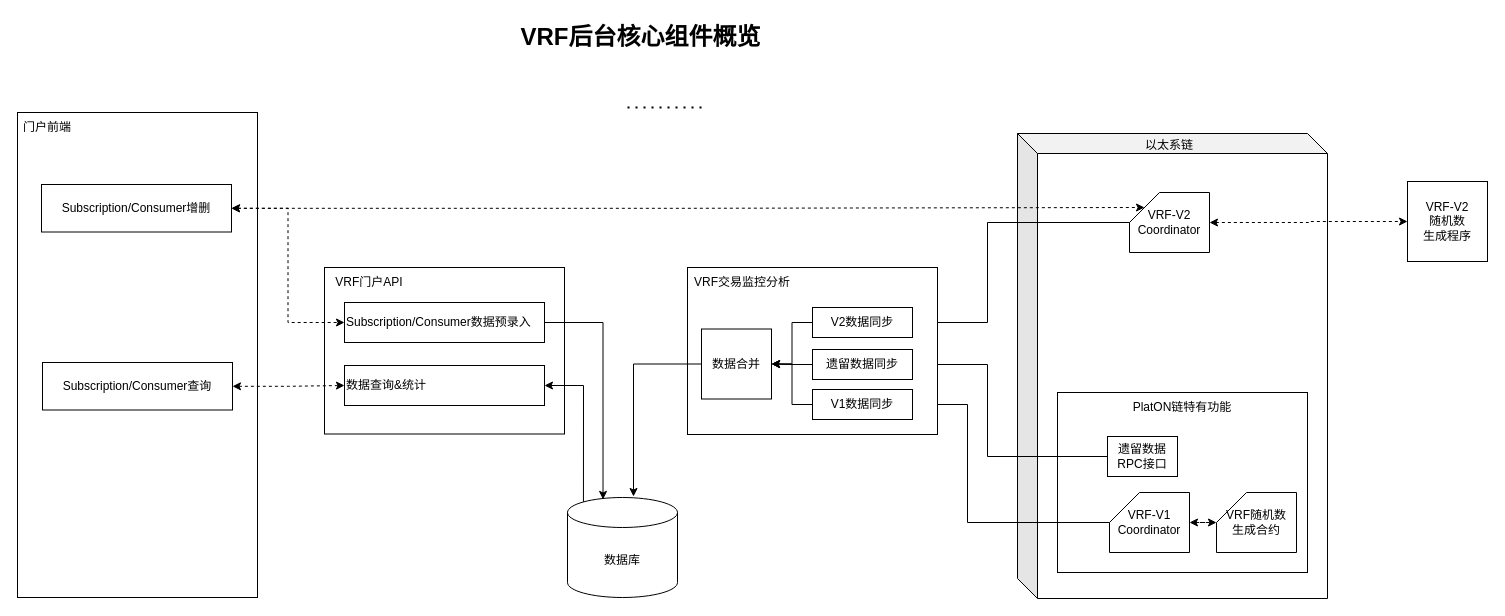
The draw.io diagram VRF-architecture.drawio in trevorch/drawio, before the edit. Source tidied: cells renumbered, new cells numbered last; positions are measured from the earlier drawing's top-left corner, leaving out a move shared by most shapes. Both pictures are drawn from the tidied source at 100%, with x=0, y=0 at pixel (17, 17).
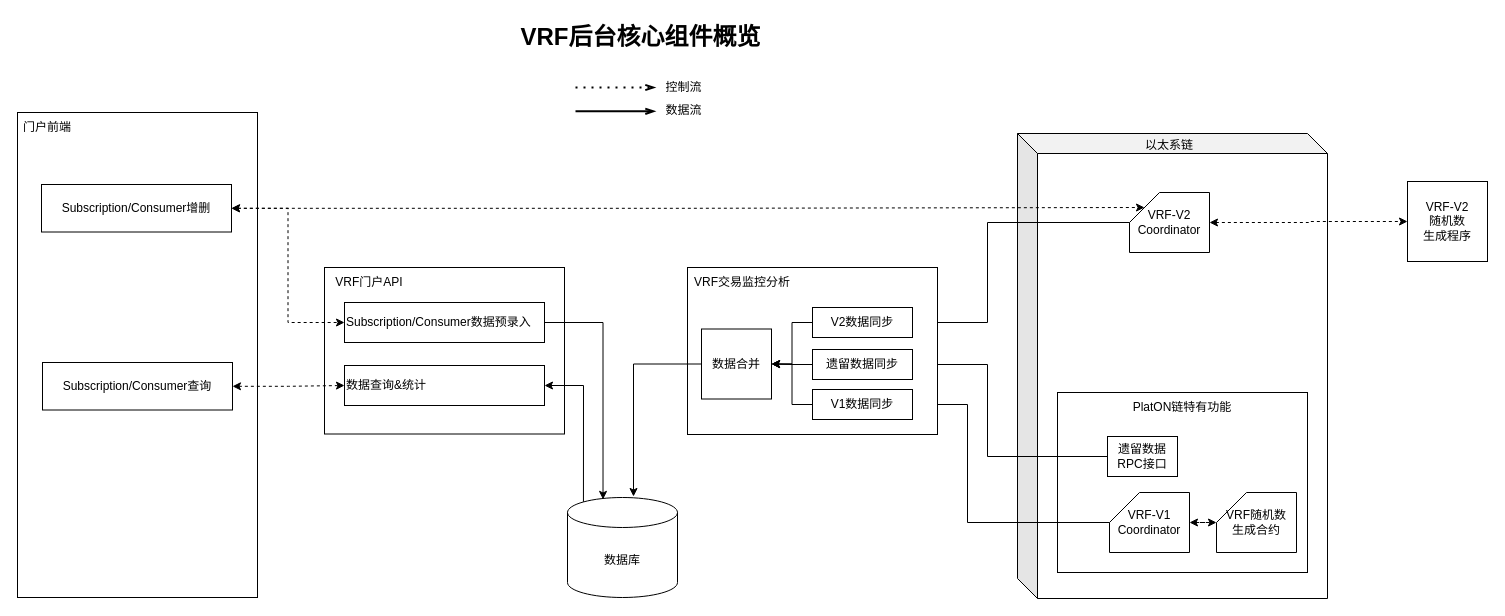
After the change.

The edit, as a diff of the source:
```diff
@@
-    <mxCell id="45" style="endArrow=none;dashed=1;html=1;dashPattern=1 3;strokeWidth=2;rounded=0;fontSize=12;" parent="1" edge="1">
+    <mxCell id="45" style="endArrow=openThin;dashed=1;html=1;dashPattern=1 3;strokeWidth=2;rounded=0;fontSize=12;endFill=0;" parent="1" edge="1">
       <mxGeometry relative="1" as="geometry">
-        <mxPoint x="610" y="90" as="sourcePoint" />
-        <mxPoint x="690" y="90" as="targetPoint" />
+        <mxPoint x="558" y="70" as="sourcePoint" />
+        <mxPoint x="638" y="70" as="targetPoint" />
       </mxGeometry>
     </mxCell>
+    <mxCell id="46" value="控制流" style="edgeLabel;html=1;align=center;verticalAlign=middle;fontSize=12;" parent="45" vertex="1">
+      <mxGeometry x="-0.41" y="3" relative="1" as="geometry">
+        <mxPoint x="83" y="2" as="offset" />
+      </mxGeometry>
+    </mxCell>
+    <mxCell id="47" style="endArrow=openThin;html=1;strokeWidth=2;rounded=0;fontSize=12;endFill=0;" parent="1" edge="1">
+      <mxGeometry relative="1" as="geometry">
+        <mxPoint x="558" y="93.8" as="sourcePoint" />
+        <mxPoint x="638" y="93.8" as="targetPoint" />
+      </mxGeometry>
+    </mxCell>
+    <mxCell id="48" value="数据流" style="edgeLabel;html=1;align=center;verticalAlign=middle;fontSize=12;" parent="47" vertex="1">
+      <mxGeometry x="-0.33" relative="1" as="geometry">
+        <mxPoint x="80" y="-1" as="offset" />
+      </mxGeometry>
+    </mxCell>
```
